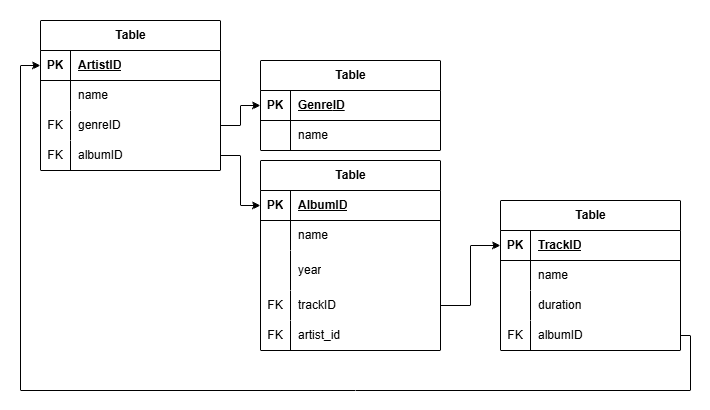
The draw.io diagram db_homework.png in grigoscope/py-homeworks-db, before a commit. Source tidied: cells renumbered, new cells last; positions are measured from the earlier drawing's top-left corner, leaving out a move shared by most shapes.
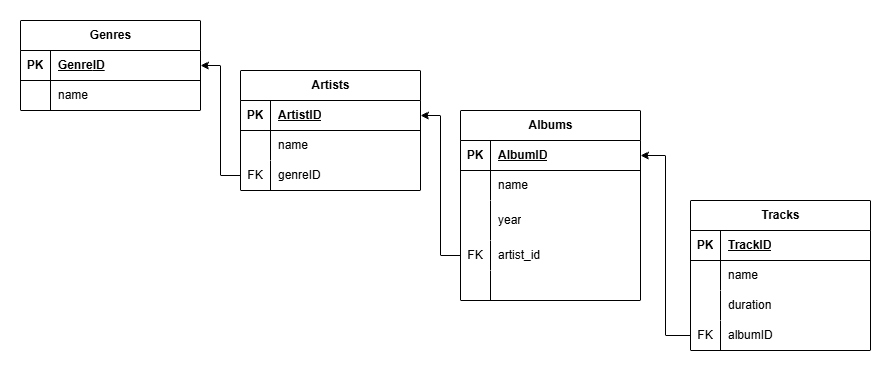
Later version of the same file.

The edit, as a diff of the source:
```diff
@@ -2,11 +2,11 @@
   <root>
     <mxCell id="0" />
     <mxCell id="1" parent="0" />
-    <mxCell id="2" style="rounded=0;whiteSpace=wrap;html=1;strokeColor=none;fillColor=light-dark(#FFFFFF,#FFFFFF);" parent="1" vertex="1">
-      <mxGeometry width="710" height="410" as="geometry" />
+    <mxCell id="2" style="rounded=0;whiteSpace=wrap;html=1;strokeColor=none;fillColor=light-dark(#FFFFFF,#B6B6B6);" parent="1" vertex="1">
+      <mxGeometry x="-80" y="-60" width="880" height="370" as="geometry" />
     </mxCell>
-    <mxCell id="3" value="Table" style="shape=table;startSize=30;rowLines=0;fontStyle=1;align=center;html=1;" parent="1" vertex="1">
-      <mxGeometry x="260" y="60" width="180" height="90" as="geometry" />
+    <mxCell id="3" value="Genres" style="shape=table;startSize=30;rowLines=0;fontStyle=1;align=center;html=1;" parent="1" vertex="1">
+      <mxGeometry x="-60" y="-40" width="180" height="90" as="geometry" />
     </mxCell>
     <mxCell id="4" style="shape=tableRow;horizontal=0;startSize=0;swimlaneHead=0;swimlaneBody=0;fillColor=none;points=[[0,0.5],[1,0.5]];portConstraint=eastwest;top=0;left=0;right=0;bottom=1;" parent="3" vertex="1">
       <mxGeometry y="30" width="180" height="30" as="geometry" />
@@ -26,8 +26,8 @@
     <mxCell id="9" value="name" style="shape=partialRectangle;fillColor=none;top=0;left=0;bottom=0;right=0;align=left;spacingLeft=6;overflow=hidden;whiteSpace=wrap;html=1;" parent="7" vertex="1">
       <mxGeometry x="30" width="150" height="30" as="geometry" />
     </mxCell>
-    <mxCell id="10" value="Table" style="shape=table;startSize=30;rowLines=0;fontStyle=1;align=center;html=1;" parent="1" vertex="1">
-      <mxGeometry x="40" y="20" width="180" height="150" as="geometry" />
+    <mxCell id="10" value="Artists" style="shape=table;startSize=30;rowLines=0;fontStyle=1;align=center;html=1;" parent="1" vertex="1">
+      <mxGeometry x="160" y="10" width="180" height="120" as="geometry" />
     </mxCell>
     <mxCell id="11" style="shape=tableRow;horizontal=0;startSize=0;swimlaneHead=0;swimlaneBody=0;fillColor=none;points=[[0,0.5],[1,0.5]];portConstraint=eastwest;top=0;left=0;right=0;bottom=1;" parent="10" vertex="1">
       <mxGeometry y="30" width="180" height="30" as="geometry" />
@@ -56,20 +56,8 @@
     <mxCell id="19" value="genreID" style="shape=partialRectangle;fillColor=none;top=0;left=0;bottom=0;right=0;align=left;spacingLeft=6;overflow=hidden;whiteSpace=wrap;html=1;" parent="17" vertex="1">
       <mxGeometry x="30" width="150" height="30" as="geometry" />
     </mxCell>
-    <mxCell id="20" style="shape=tableRow;horizontal=0;startSize=0;swimlaneHead=0;swimlaneBody=0;fillColor=none;points=[[0,0.5],[1,0.5]];portConstraint=eastwest;top=0;left=0;right=0;bottom=0;" parent="10" vertex="1">
-      <mxGeometry y="120" width="180" height="30" as="geometry" />
-    </mxCell>
-    <mxCell id="21" value="FK" style="shape=partialRectangle;fillColor=none;top=0;left=0;bottom=0;right=0;overflow=hidden;whiteSpace=wrap;html=1;" parent="20" vertex="1">
-      <mxGeometry width="30" height="30" as="geometry" />
-    </mxCell>
-    <mxCell id="22" value="albumID" style="shape=partialRectangle;fillColor=none;top=0;left=0;bottom=0;right=0;align=left;spacingLeft=6;overflow=hidden;whiteSpace=wrap;html=1;" parent="20" vertex="1">
-      <mxGeometry x="30" width="150" height="30" as="geometry" />
-    </mxCell>
-    <mxCell id="23" style="edgeStyle=orthogonalEdgeStyle;rounded=0;jettySize=auto;html=1;exitX=1;exitY=0.5;exitDx=0;exitDy=0;entryX=0;entryY=0.5;entryDx=0;entryDy=0;" parent="1" edge="1" source="17" target="4">
-      <mxGeometry relative="1" as="geometry" />
-    </mxCell>
-    <mxCell id="24" value="Table" style="shape=table;startSize=30;rowLines=0;fontStyle=1;align=center;html=1;" parent="1" vertex="1">
-      <mxGeometry x="260" y="160" width="180" height="190" as="geometry" />
+    <mxCell id="24" value="Albums" style="shape=table;startSize=30;rowLines=0;fontStyle=1;align=center;html=1;" parent="1" vertex="1">
+      <mxGeometry x="380" y="50" width="180" height="190" as="geometry" />
     </mxCell>
     <mxCell id="25" style="shape=tableRow;horizontal=0;startSize=0;swimlaneHead=0;swimlaneBody=0;fillColor=none;points=[[0,0.5],[1,0.5]];portConstraint=eastwest;top=0;left=0;right=0;bottom=1;" parent="24" vertex="1">
       <mxGeometry y="30" width="180" height="30" as="geometry" />
@@ -104,20 +92,20 @@
     <mxCell id="35" value="FK" style="shape=partialRectangle;fillColor=none;top=0;left=0;bottom=0;right=0;overflow=hidden;whiteSpace=wrap;html=1;" parent="34" vertex="1">
       <mxGeometry width="30" height="30" as="geometry" />
     </mxCell>
-    <mxCell id="36" value="trackID" style="shape=partialRectangle;fillColor=none;top=0;left=0;bottom=0;right=0;align=left;spacingLeft=6;overflow=hidden;whiteSpace=wrap;html=1;" parent="34" vertex="1">
+    <mxCell id="36" value="artist_id" style="shape=partialRectangle;fillColor=none;top=0;left=0;bottom=0;right=0;align=left;spacingLeft=6;overflow=hidden;whiteSpace=wrap;html=1;" parent="34" vertex="1">
       <mxGeometry x="30" width="150" height="30" as="geometry" />
     </mxCell>
     <mxCell id="37" style="shape=tableRow;horizontal=0;startSize=0;swimlaneHead=0;swimlaneBody=0;fillColor=none;top=0;left=0;right=0;bottom=0;" parent="24" vertex="1">
       <mxGeometry y="160" width="180" height="30" as="geometry" />
     </mxCell>
-    <mxCell id="38" value="FK" style="shape=partialRectangle;fillColor=none;top=0;left=0;bottom=0;right=0;overflow=hidden;whiteSpace=wrap;html=1;" parent="37" vertex="1">
+    <mxCell id="38" style="shape=partialRectangle;fillColor=none;top=0;left=0;bottom=0;right=0;overflow=hidden;whiteSpace=wrap;html=1;" parent="37" vertex="1">
       <mxGeometry width="30" height="30" as="geometry" />
     </mxCell>
-    <mxCell id="39" value="artist_id" style="shape=partialRectangle;fillColor=none;top=0;left=0;bottom=0;right=0;align=left;spacingLeft=6;overflow=hidden;whiteSpace=wrap;html=1;" parent="37" vertex="1">
+    <mxCell id="39" style="shape=partialRectangle;fillColor=none;top=0;left=0;bottom=0;right=0;align=left;spacingLeft=6;overflow=hidden;whiteSpace=wrap;html=1;" parent="37" vertex="1">
       <mxGeometry x="30" width="150" height="30" as="geometry" />
     </mxCell>
-    <mxCell id="40" value="Table" style="shape=table;startSize=30;rowLines=0;fontStyle=1;align=center;html=1;" parent="1" vertex="1">
-      <mxGeometry x="500" y="200" width="180" height="150" as="geometry" />
+    <mxCell id="40" value="Tracks" style="shape=table;startSize=30;rowLines=0;fontStyle=1;align=center;html=1;" parent="1" vertex="1">
+      <mxGeometry x="610" y="140" width="180" height="150" as="geometry" />
     </mxCell>
     <mxCell id="41" style="shape=tableRow;horizontal=0;startSize=0;swimlaneHead=0;swimlaneBody=0;fillColor=none;points=[[0,0.5],[1,0.5]];portConstraint=eastwest;top=0;left=0;right=0;bottom=1;" parent="40" vertex="1">
       <mxGeometry y="30" width="180" height="30" as="geometry" />
@@ -155,21 +143,14 @@
     <mxCell id="52" value="albumID" style="shape=partialRectangle;fillColor=none;top=0;left=0;bottom=0;right=0;align=left;spacingLeft=6;overflow=hidden;whiteSpace=wrap;html=1;" parent="50" vertex="1">
       <mxGeometry x="30" width="150" height="30" as="geometry" />
     </mxCell>
-    <mxCell id="53" style="edgeStyle=orthogonalEdgeStyle;rounded=0;jettySize=auto;html=1;exitX=1;exitY=0.5;exitDx=0;exitDy=0;entryX=0;entryY=0.5;entryDx=0;entryDy=0;" parent="1" edge="1" source="20" target="25">
-      <mxGeometry relative="1" as="geometry" />
-    </mxCell>
-    <mxCell id="54" style="edgeStyle=orthogonalEdgeStyle;rounded=0;jettySize=auto;html=1;exitX=1;exitY=0.5;exitDx=0;exitDy=0;entryX=0;entryY=0.5;entryDx=0;entryDy=0;" parent="1" edge="1" source="34" target="41">
-      <mxGeometry relative="1" as="geometry" />
-    </mxCell>
-    <mxCell id="55" style="edgeStyle=orthogonalEdgeStyle;rounded=0;jettySize=auto;html=1;exitX=1;exitY=0.5;exitDx=0;exitDy=0;entryX=0;entryY=0.5;entryDx=0;entryDy=0;" parent="1" edge="1" source="50" target="11">
-      <mxGeometry relative="1" as="geometry">
-        <Array as="points">
-          <mxPoint x="690" y="335" />
-          <mxPoint x="690" y="390" />
-          <mxPoint x="20" y="390" />
-          <mxPoint x="20" y="65" />
-        </Array>
-      </mxGeometry>
-    </mxCell>
+    <mxCell id="23" style="edgeStyle=orthogonalEdgeStyle;rounded=0;jettySize=auto;html=1;exitX=0;exitY=0.5;exitDx=0;exitDy=0;entryX=1;entryY=0.5;entryDx=0;entryDy=0;" parent="1" edge="1" source="17" target="4">
+      <mxGeometry relative="1" as="geometry" />
+    </mxCell>
+    <mxCell id="56" style="edgeStyle=orthogonalEdgeStyle;rounded=0;jettySize=auto;html=1;exitX=0;exitY=0.5;exitDx=0;exitDy=0;entryX=1;entryY=0.5;entryDx=0;entryDy=0;" parent="1" edge="1" source="34" target="11">
+      <mxGeometry relative="1" as="geometry" />
+    </mxCell>
+    <mxCell id="57" style="edgeStyle=orthogonalEdgeStyle;rounded=0;jettySize=auto;html=1;entryX=1;entryY=0.5;entryDx=0;entryDy=0;" parent="1" edge="1" source="50" target="25">
+      <mxGeometry relative="1" as="geometry" />
+    </mxCell>
   </root>
 </mxGraphModel>
```
